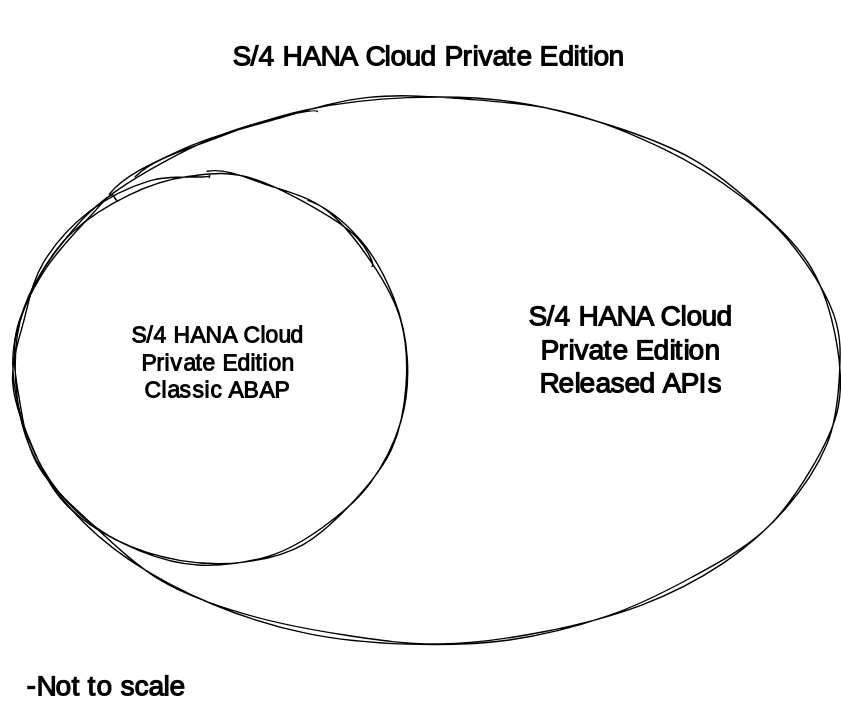
Before: img/privateed.drawio.svg, a diagram exported from draw.io (larshp/venn). Source tidied: cells renumbered, new cells last; positions are measured from the earlier drawing's top-left corner, leaving out a move shared by most shapes. Its diagram source:
```xml
<mxGraphModel background="#ffffff">
  <root>
    <mxCell id="0" />
    <mxCell id="1" parent="0" />
    <mxCell id="2" style="ellipse;whiteSpace=wrap;html=1;sketch=1;hachureGap=4;jiggle=2;curveFitting=1;fontFamily=Architects Daughter;fontSource=https%3A%2F%2Ffonts.googleapis.com%2Fcss%3Ffamily%3DArchitects%2BDaughter;fontSize=20;fillColor=none;fontColor=#000000;strokeColor=#000000;fontStyle=1;" parent="1" vertex="1">
      <mxGeometry x="10" y="45" width="590" height="390" as="geometry" />
    </mxCell>
    <mxCell id="3" value="&lt;h5&gt;&lt;br&gt;&lt;/h5&gt;" style="ellipse;whiteSpace=wrap;html=1;sketch=1;hachureGap=4;jiggle=2;curveFitting=1;fontFamily=Architects Daughter;fontSource=https%3A%2F%2Ffonts.googleapis.com%2Fcss%3Ffamily%3DArchitects%2BDaughter;fontSize=20;fillColor=none;align=center;verticalAlign=middle;fontColor=#000000;strokeColor=#000000;fontStyle=1;" parent="1" vertex="1">
      <mxGeometry x="10" y="100" width="280" height="280" as="geometry" />
    </mxCell>
    <mxCell id="4" value="&lt;h5&gt;&lt;span style=&quot;font-size: 20px;&quot;&gt;S/4 HANA Cloud Private Edition Released APIs&lt;/span&gt;&lt;/h5&gt;" style="text;html=1;strokeColor=none;fillColor=none;align=center;verticalAlign=middle;whiteSpace=wrap;rounded=0;sketch=1;hachureGap=4;jiggle=2;curveFitting=1;fontFamily=Architects Daughter;fontSource=https%3A%2F%2Ffonts.googleapis.com%2Fcss%3Ffamily%3DArchitects%2BDaughter;fontSize=20;rotation=0;fontColor=#000000;fontStyle=1;" parent="1" vertex="1">
      <mxGeometry x="360" y="210" width="180" height="30" as="geometry" />
    </mxCell>
    <mxCell id="5" value="-Not to scale" style="text;html=1;strokeColor=none;fillColor=none;align=center;verticalAlign=middle;whiteSpace=wrap;rounded=0;sketch=1;hachureGap=4;jiggle=2;curveFitting=1;fontFamily=Architects Daughter;fontSource=https%3A%2F%2Ffonts.googleapis.com%2Fcss%3Ffamily%3DArchitects%2BDaughter;fontSize=20;fontColor=#000000;fontStyle=1;" parent="1" vertex="1">
      <mxGeometry y="450" width="150" height="30" as="geometry" />
    </mxCell>
    <mxCell id="6" value="&lt;h5&gt;S/4 HANA Cloud&lt;br&gt;Private Edition&lt;br&gt;Classic ABAP&lt;/h5&gt;" style="text;html=1;strokeColor=none;fillColor=none;align=center;verticalAlign=middle;whiteSpace=wrap;rounded=0;sketch=1;hachureGap=4;jiggle=2;curveFitting=1;fontFamily=Architects Daughter;fontSource=https%3A%2F%2Ffonts.googleapis.com%2Fcss%3Ffamily%3DArchitects%2BDaughter;fontSize=20;rotation=0;fontColor=#000000;fontStyle=1;" parent="1" vertex="1">
      <mxGeometry x="10" y="220" width="290" height="30" as="geometry" />
    </mxCell>
    <mxCell id="7" value="&lt;h5&gt;&lt;span style=&quot;font-size: 20px;&quot;&gt;S/4 HANA Cloud Private Edition&lt;/span&gt;&lt;/h5&gt;" style="text;html=1;strokeColor=none;fillColor=none;align=center;verticalAlign=middle;whiteSpace=wrap;rounded=0;sketch=1;hachureGap=4;jiggle=2;curveFitting=1;fontFamily=Architects Daughter;fontSource=https%3A%2F%2Ffonts.googleapis.com%2Fcss%3Ffamily%3DArchitects%2BDaughter;fontSize=20;rotation=0;fontColor=#000000;fontStyle=1;" parent="1" vertex="1">
      <mxGeometry x="127.5" width="355" height="30" as="geometry" />
    </mxCell>
  </root>
</mxGraphModel>
```
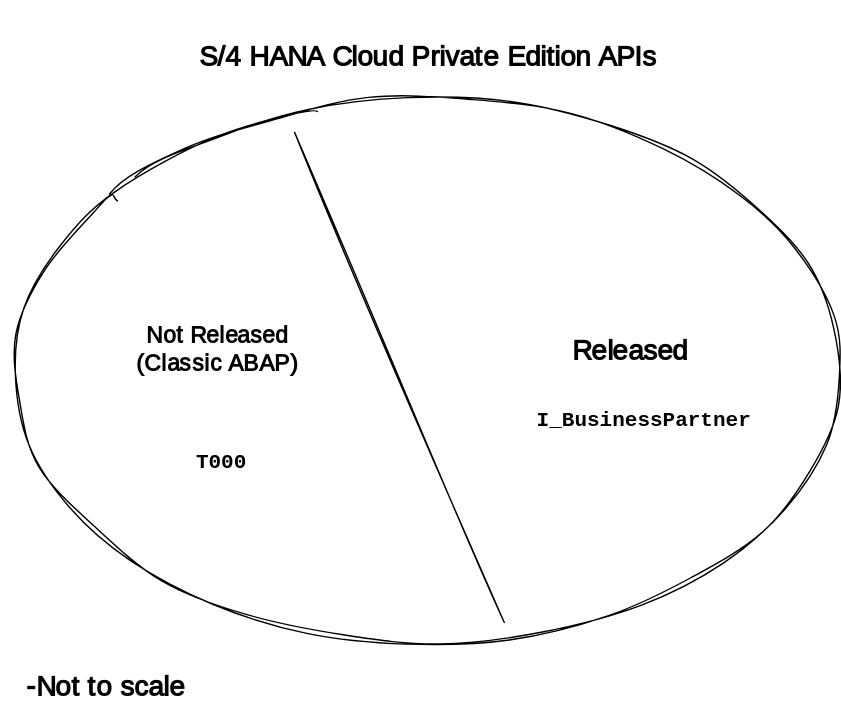
The same file after the commit.

What changed in the source:
```diff
@@ -5,20 +5,26 @@
     <mxCell id="2" style="ellipse;whiteSpace=wrap;html=1;sketch=1;hachureGap=4;jiggle=2;curveFitting=1;fontFamily=Architects Daughter;fontSource=https%3A%2F%2Ffonts.googleapis.com%2Fcss%3Ffamily%3DArchitects%2BDaughter;fontSize=20;fillColor=none;fontColor=#000000;strokeColor=#000000;fontStyle=1;" parent="1" vertex="1">
       <mxGeometry x="10" y="45" width="590" height="390" as="geometry" />
     </mxCell>
-    <mxCell id="3" value="&lt;h5&gt;&lt;br&gt;&lt;/h5&gt;" style="ellipse;whiteSpace=wrap;html=1;sketch=1;hachureGap=4;jiggle=2;curveFitting=1;fontFamily=Architects Daughter;fontSource=https%3A%2F%2Ffonts.googleapis.com%2Fcss%3Ffamily%3DArchitects%2BDaughter;fontSize=20;fillColor=none;align=center;verticalAlign=middle;fontColor=#000000;strokeColor=#000000;fontStyle=1;" parent="1" vertex="1">
-      <mxGeometry x="10" y="100" width="280" height="280" as="geometry" />
-    </mxCell>
-    <mxCell id="4" value="&lt;h5&gt;&lt;span style=&quot;font-size: 20px;&quot;&gt;S/4 HANA Cloud Private Edition Released APIs&lt;/span&gt;&lt;/h5&gt;" style="text;html=1;strokeColor=none;fillColor=none;align=center;verticalAlign=middle;whiteSpace=wrap;rounded=0;sketch=1;hachureGap=4;jiggle=2;curveFitting=1;fontFamily=Architects Daughter;fontSource=https%3A%2F%2Ffonts.googleapis.com%2Fcss%3Ffamily%3DArchitects%2BDaughter;fontSize=20;rotation=0;fontColor=#000000;fontStyle=1;" parent="1" vertex="1">
+    <mxCell id="4" value="&lt;h5&gt;&lt;span style=&quot;font-size: 20px;&quot;&gt;Released&lt;/span&gt;&lt;/h5&gt;" style="text;html=1;strokeColor=none;fillColor=none;align=center;verticalAlign=middle;whiteSpace=wrap;rounded=0;sketch=1;hachureGap=4;jiggle=2;curveFitting=1;fontFamily=Architects Daughter;fontSource=https%3A%2F%2Ffonts.googleapis.com%2Fcss%3Ffamily%3DArchitects%2BDaughter;fontSize=20;rotation=0;fontColor=#000000;fontStyle=1;" parent="1" vertex="1">
       <mxGeometry x="360" y="210" width="180" height="30" as="geometry" />
     </mxCell>
     <mxCell id="5" value="-Not to scale" style="text;html=1;strokeColor=none;fillColor=none;align=center;verticalAlign=middle;whiteSpace=wrap;rounded=0;sketch=1;hachureGap=4;jiggle=2;curveFitting=1;fontFamily=Architects Daughter;fontSource=https%3A%2F%2Ffonts.googleapis.com%2Fcss%3Ffamily%3DArchitects%2BDaughter;fontSize=20;fontColor=#000000;fontStyle=1;" parent="1" vertex="1">
       <mxGeometry y="450" width="150" height="30" as="geometry" />
     </mxCell>
-    <mxCell id="6" value="&lt;h5&gt;S/4 HANA Cloud&lt;br&gt;Private Edition&lt;br&gt;Classic ABAP&lt;/h5&gt;" style="text;html=1;strokeColor=none;fillColor=none;align=center;verticalAlign=middle;whiteSpace=wrap;rounded=0;sketch=1;hachureGap=4;jiggle=2;curveFitting=1;fontFamily=Architects Daughter;fontSource=https%3A%2F%2Ffonts.googleapis.com%2Fcss%3Ffamily%3DArchitects%2BDaughter;fontSize=20;rotation=0;fontColor=#000000;fontStyle=1;" parent="1" vertex="1">
-      <mxGeometry x="10" y="220" width="290" height="30" as="geometry" />
+    <mxCell id="6" value="&lt;h5&gt;Not Released&lt;br&gt;(Classic ABAP)&lt;/h5&gt;" style="text;html=1;strokeColor=none;fillColor=none;align=center;verticalAlign=middle;whiteSpace=wrap;rounded=0;sketch=1;hachureGap=4;jiggle=2;curveFitting=1;fontFamily=Architects Daughter;fontSource=https%3A%2F%2Ffonts.googleapis.com%2Fcss%3Ffamily%3DArchitects%2BDaughter;fontSize=20;rotation=0;fontColor=#000000;fontStyle=1;" parent="1" vertex="1">
+      <mxGeometry x="80" y="210" width="150" height="30" as="geometry" />
     </mxCell>
-    <mxCell id="7" value="&lt;h5&gt;&lt;span style=&quot;font-size: 20px;&quot;&gt;S/4 HANA Cloud Private Edition&lt;/span&gt;&lt;/h5&gt;" style="text;html=1;strokeColor=none;fillColor=none;align=center;verticalAlign=middle;whiteSpace=wrap;rounded=0;sketch=1;hachureGap=4;jiggle=2;curveFitting=1;fontFamily=Architects Daughter;fontSource=https%3A%2F%2Ffonts.googleapis.com%2Fcss%3Ffamily%3DArchitects%2BDaughter;fontSize=20;rotation=0;fontColor=#000000;fontStyle=1;" parent="1" vertex="1">
+    <mxCell id="7" value="&lt;h5&gt;&lt;span style=&quot;font-size: 20px;&quot;&gt;S/4 HANA Cloud Private Edition APIs&lt;/span&gt;&lt;/h5&gt;" style="text;html=1;strokeColor=none;fillColor=none;align=center;verticalAlign=middle;whiteSpace=wrap;rounded=0;sketch=1;hachureGap=4;jiggle=2;curveFitting=1;fontFamily=Architects Daughter;fontSource=https%3A%2F%2Ffonts.googleapis.com%2Fcss%3Ffamily%3DArchitects%2BDaughter;fontSize=20;rotation=0;fontColor=#000000;fontStyle=1;" parent="1" vertex="1">
       <mxGeometry x="127.5" width="355" height="30" as="geometry" />
     </mxCell>
+    <mxCell id="8" style="endArrow=none;html=1;sketch=1;hachureGap=4;jiggle=2;curveFitting=1;strokeColor=#000000;fontFamily=Architects Daughter;fontSource=https%3A%2F%2Ffonts.googleapis.com%2Fcss%3Ffamily%3DArchitects%2BDaughter;fontSize=16;entryX=0.339;entryY=0.064;entryDx=0;entryDy=0;entryPerimeter=0;exitX=0.593;exitY=0.962;exitDx=0;exitDy=0;exitPerimeter=0;" parent="1" edge="1" source="2" target="2">
+      <mxGeometry relative="1" as="geometry" />
+    </mxCell>
+    <mxCell id="9" value="&lt;font face=&quot;Courier New&quot;&gt;I_BusinessPartner&lt;/font&gt;" style="text;html=1;strokeColor=none;fillColor=none;align=center;verticalAlign=middle;whiteSpace=wrap;rounded=0;sketch=1;hachureGap=4;jiggle=2;curveFitting=1;fontFamily=Architects Daughter;fontSource=https%3A%2F%2Ffonts.googleapis.com%2Fcss%3Ffamily%3DArchitects%2BDaughter;fontSize=15;rotation=0;fontColor=#000000;fontStyle=1;" parent="1" vertex="1">
+      <mxGeometry x="430" y="260" width="60" height="30" as="geometry" />
+    </mxCell>
+    <mxCell id="10" value="&lt;font face=&quot;Courier New&quot;&gt;T000&lt;/font&gt;" style="text;html=1;strokeColor=none;fillColor=none;align=center;verticalAlign=middle;whiteSpace=wrap;rounded=0;sketch=1;hachureGap=4;jiggle=2;curveFitting=1;fontFamily=Architects Daughter;fontSource=https%3A%2F%2Ffonts.googleapis.com%2Fcss%3Ffamily%3DArchitects%2BDaughter;fontSize=15;rotation=0;fontColor=#000000;fontStyle=1;" parent="1" vertex="1">
+      <mxGeometry x="127.5" y="290" width="60" height="30" as="geometry" />
+    </mxCell>
   </root>
 </mxGraphModel>
```
